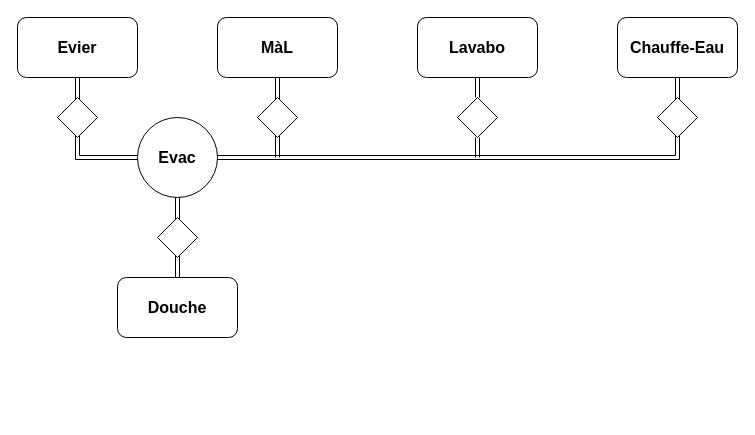
Earlier version of the draw.io diagram Untitled Diagram.drawio (UberPanda/Stuff). Source tidied: cells renumbered, new cells numbered last; positions are measured from the earlier drawing's top-left corner, leaving out a move shared by most shapes. Both pictures are drawn from the tidied source at 100%, with x=0, y=0 at pixel (17, 17).
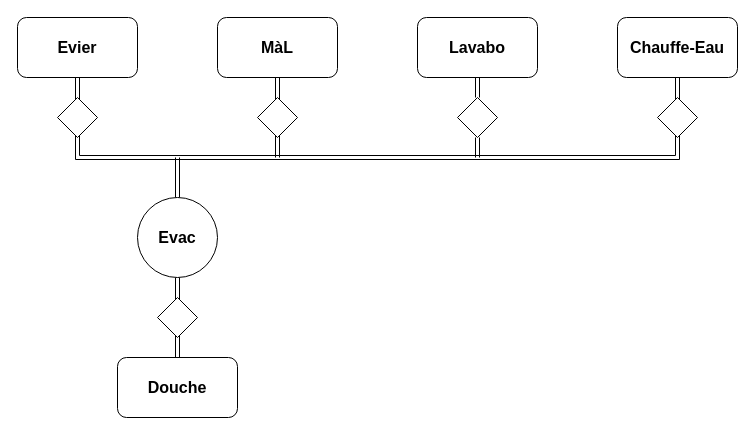
Above is the later version.

Unchanged cells that the change refers to:
```xml
<mxCell id="3" value="&lt;font style=&quot;font-size: 16px&quot;&gt;&lt;b&gt;Evier&lt;/b&gt;&lt;/font&gt;" style="rounded=1;whiteSpace=wrap;html=1;" parent="1" vertex="1">
  <mxGeometry width="120" height="60" as="geometry" />
</mxCell>
<mxCell id="9" value="&lt;font style=&quot;font-size: 16px&quot;&gt;&lt;b&gt;Chauffe-Eau&lt;br&gt;&lt;/b&gt;&lt;/font&gt;" style="rounded=1;whiteSpace=wrap;html=1;" parent="1" vertex="1">
  <mxGeometry x="600" width="120" height="60" as="geometry" />
</mxCell>
```

What changed in the source:
```diff
@@
-    <mxCell id="2" style="edgeStyle=orthogonalEdgeStyle;rounded=0;jettySize=auto;html=1;exitX=0.5;exitY=1;exitDx=0;exitDy=0;entryX=0;entryY=0.5;entryDx=0;entryDy=0;shape=link;" parent="1" edge="1" source="3" target="12">
-      <mxGeometry relative="1" as="geometry" />
-    </mxCell>
@@
-    <mxCell id="8" style="edgeStyle=orthogonalEdgeStyle;shape=link;rounded=0;jettySize=auto;html=1;exitX=0.5;exitY=1;exitDx=0;exitDy=0;entryX=1;entryY=0.5;entryDx=0;entryDy=0;" parent="1" edge="1" source="9" target="12">
-      <mxGeometry relative="1" as="geometry" />
+    <mxCell id="8" style="edgeStyle=orthogonalEdgeStyle;shape=link;rounded=0;jettySize=auto;html=1;exitX=0.5;exitY=1;exitDx=0;exitDy=0;entryX=0.5;entryY=1;entryDx=0;entryDy=0;strokeColor=#000000;shadow=0;comic=0;" parent="1" edge="1" source="9" target="3">
+      <mxGeometry relative="1" as="geometry">
+        <Array as="points">
+          <mxPoint x="660" y="140" />
+          <mxPoint x="60" y="140" />
+        </Array>
+      </mxGeometry>
     </mxCell>
@@
     <mxCell id="11" value="&lt;font style=&quot;font-size: 16px&quot;&gt;&lt;b&gt;Douche&lt;br&gt;&lt;/b&gt;&lt;/font&gt;" style="rounded=1;whiteSpace=wrap;html=1;" parent="1" vertex="1">
-      <mxGeometry x="100" y="260" width="120" height="60" as="geometry" />
+      <mxGeometry x="100" y="340" width="120" height="60" as="geometry" />
     </mxCell>
+    <mxCell id="19" style="shape=link;rounded=0;comic=0;jettySize=auto;html=1;exitX=0.5;exitY=0;exitDx=0;exitDy=0;shadow=0;strokeColor=#000000;" parent="1" edge="1" source="12">
+      <mxGeometry relative="1" as="geometry">
+        <mxPoint x="160" y="140" as="targetPoint" />
+      </mxGeometry>
+    </mxCell>
     <mxCell id="12" value="&lt;b&gt;&lt;font style=&quot;font-size: 16px&quot;&gt;Evac&lt;/font&gt;&lt;/b&gt;" style="ellipse;whiteSpace=wrap;html=1;" parent="1" vertex="1">
-      <mxGeometry x="120" y="100" width="80" height="80" as="geometry" />
+      <mxGeometry x="120" y="180" width="80" height="80" as="geometry" />
     </mxCell>
@@
     <mxCell id="18" style="rhombus;whiteSpace=wrap;html=1;" parent="1" vertex="1">
-      <mxGeometry x="140" y="200" width="40" height="40" as="geometry" />
+      <mxGeometry x="140" y="280" width="40" height="40" as="geometry" />
     </mxCell>
```
